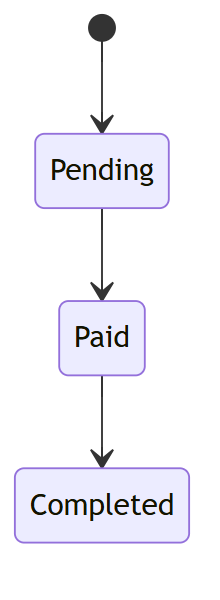
kreativesahara/ticket keeps this Mermaid diagram as doc/diagrams/v1/04-order-states.png. Above is the earlier version. Its source is kept beside it as doc/diagrams/v1/04-order-states.mmd. The source it was exported from:
```mermaid
stateDiagram-v2
    [*] --> Pending
    Pending --> Paid
    Paid --> Completed
```
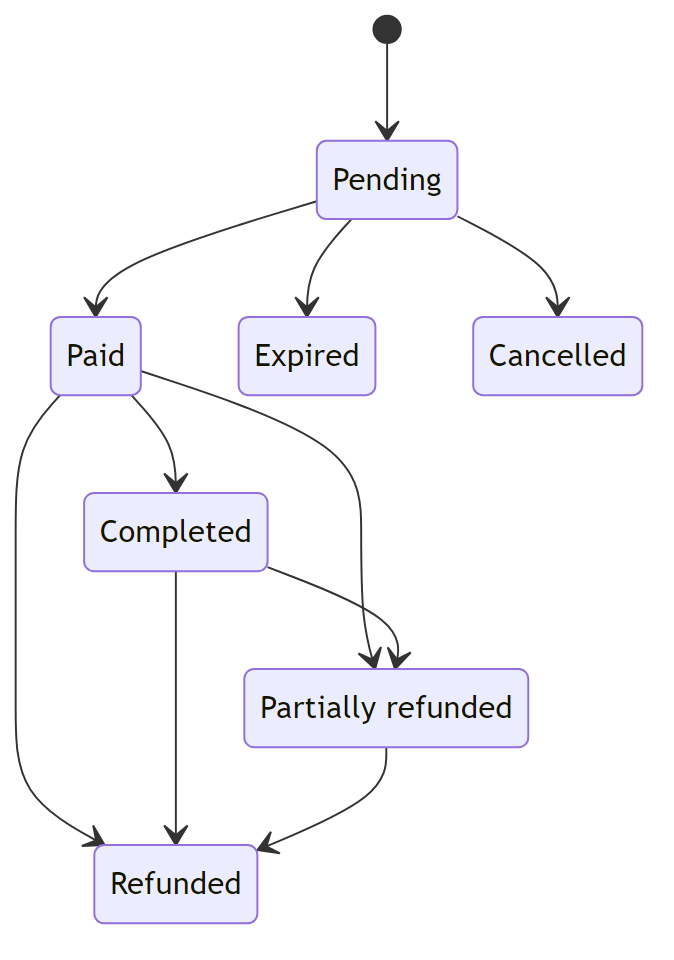
Later version of the same file.

Change to the diagram source:
```diff
@@ -1,4 +1,12 @@
 stateDiagram-v2
+    PartiallyRefunded : Partially refunded
     [*] --> Pending
     Pending --> Paid
+    Pending --> Expired
+    Pending --> Cancelled
     Paid --> Completed
+    Paid --> PartiallyRefunded
+    Paid --> Refunded
+    Completed --> PartiallyRefunded
+    Completed --> Refunded
+    PartiallyRefunded --> Refunded
```
